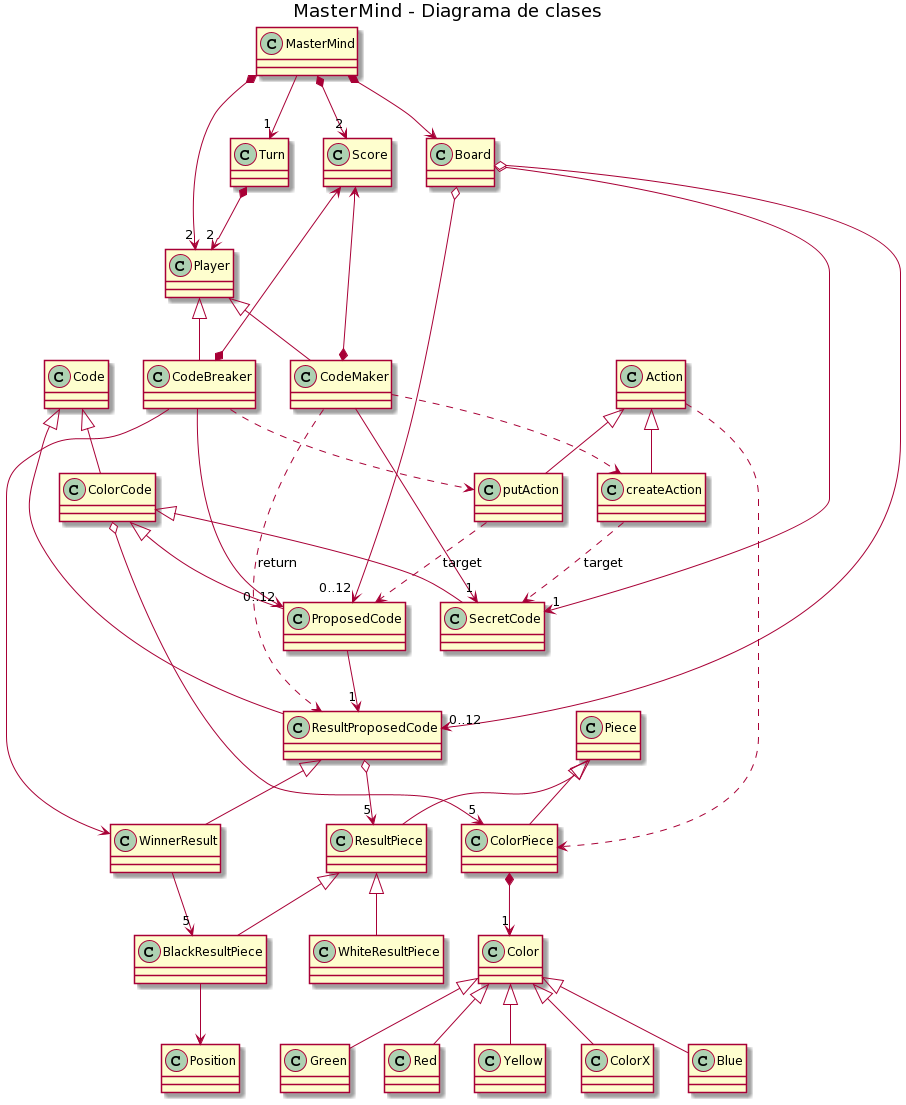
Earlier version of the PlantUML export out/plantuml/class/MasterMind.png (Master-Desarrollo-20-21/modelo-dominio-mastermind).
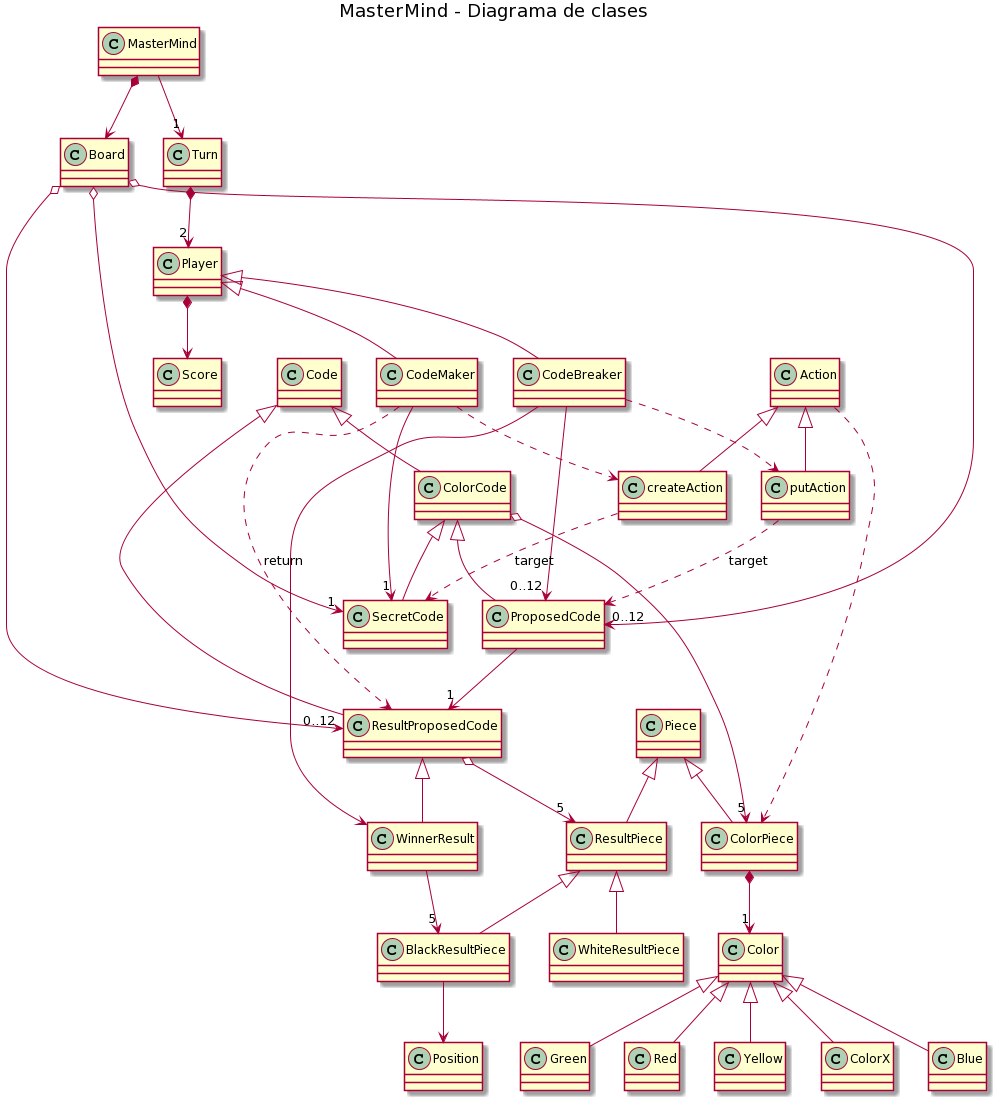
After the change.

Commit message:
Regenerated image diagram

Diff of the diagram source:
```diff
@@ -7,7 +7,9 @@
     class Board
     class Turn
     class Score
+    class Player
 }
+
 class Player
 
 together {
@@ -42,12 +44,7 @@
 
 MasterMind *--> Board
 MasterMind --> "1" Turn
-MasterMind *--> "2" Player
-MasterMind *--> "2" Score
 Turn *--> "2" Player
-
-Score <--* CodeMaker
-Score <--* CodeBreaker
 
 Code ^-- ColorCode
 Code ^-- ResultProposedCode
@@ -61,6 +58,7 @@
 
 Player ^-- CodeMaker
 Player ^-- CodeBreaker
+Player *--> Score
 CodeMaker --> "1" SecretCode
 CodeMaker ..> ResultProposedCode :"return"
 CodeBreaker --> "0..12" ProposedCode
```
